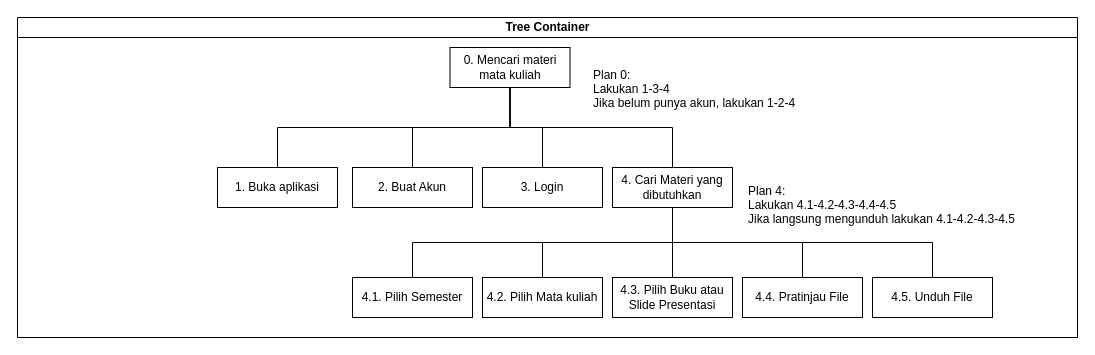
Earlier version of the draw.io diagram HCI_HTA.drawio (freyaldi/unsri-4-HCI). Source tidied: cells renumbered, new cells numbered last; positions are measured from the earlier drawing's top-left corner, leaving out a move shared by most shapes. Both pictures are drawn from the tidied source at 100%, with x=0, y=0 at pixel (17, 17).
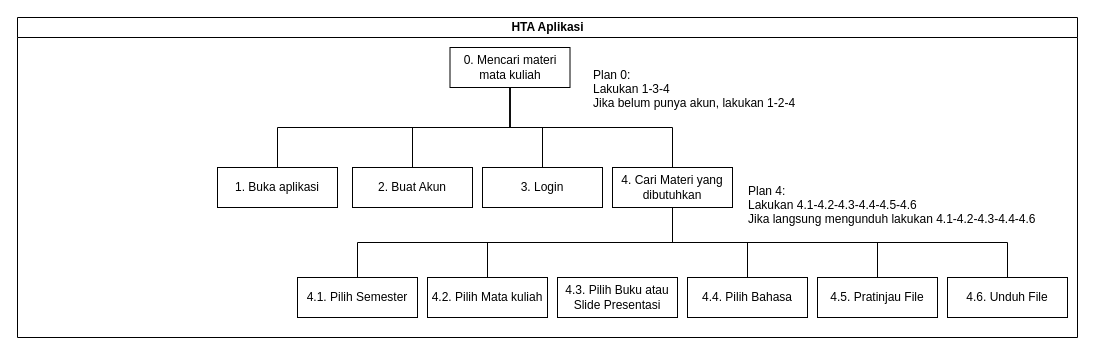
The same diagram, later.

The edit, as a diff of the source:
```diff
@@
-    <mxCell id="2" value="Tree Container" style="swimlane;html=1;startSize=20;horizontal=1;containerType=tree;" parent="1" vertex="1">
+    <mxCell id="2" value="HTA Aplikasi" style="swimlane;html=1;startSize=20;horizontal=1;containerType=tree;" parent="1" vertex="1">
       <mxGeometry width="1060" height="320" as="geometry" />
     </mxCell>
@@
     <mxCell id="14" value="4.1. Pilih Semester" style="whiteSpace=wrap;html=1;newEdgeStyle={&quot;edgeStyle&quot;:&quot;elbowEdgeStyle&quot;,&quot;startArrow&quot;:&quot;none&quot;,&quot;endArrow&quot;:&quot;none&quot;};" parent="2" vertex="1">
-      <mxGeometry x="335" y="260" width="120" height="40" as="geometry" />
+      <mxGeometry x="280" y="260" width="120" height="40" as="geometry" />
     </mxCell>
@@
     <mxCell id="16" value="4.2. Pilih Mata kuliah" style="whiteSpace=wrap;html=1;newEdgeStyle={&quot;edgeStyle&quot;:&quot;elbowEdgeStyle&quot;,&quot;startArrow&quot;:&quot;none&quot;,&quot;endArrow&quot;:&quot;none&quot;};" parent="2" vertex="1">
-      <mxGeometry x="465" y="260" width="120" height="40" as="geometry" />
+      <mxGeometry x="410" y="260" width="120" height="40" as="geometry" />
     </mxCell>
@@
-    <mxCell id="18" value="4.3. Pilih Buku atau Slide Presentasi" style="whiteSpace=wrap;html=1;newEdgeStyle={&quot;edgeStyle&quot;:&quot;elbowEdgeStyle&quot;,&quot;startArrow&quot;:&quot;none&quot;,&quot;endArrow&quot;:&quot;none&quot;};" parent="2" vertex="1">
-      <mxGeometry x="595" y="260" width="120" height="40" as="geometry" />
+    <mxCell id="18" value="4.4. Pilih Bahasa" style="whiteSpace=wrap;html=1;newEdgeStyle={&quot;edgeStyle&quot;:&quot;elbowEdgeStyle&quot;,&quot;startArrow&quot;:&quot;none&quot;,&quot;endArrow&quot;:&quot;none&quot;};" parent="2" vertex="1">
+      <mxGeometry x="670" y="260" width="120" height="40" as="geometry" />
     </mxCell>
@@
-    <mxCell id="20" value="4.4. Pratinjau File" style="whiteSpace=wrap;html=1;newEdgeStyle={&quot;edgeStyle&quot;:&quot;elbowEdgeStyle&quot;,&quot;startArrow&quot;:&quot;none&quot;,&quot;endArrow&quot;:&quot;none&quot;};" parent="2" vertex="1">
-      <mxGeometry x="725" y="260" width="120" height="40" as="geometry" />
+    <mxCell id="20" value="4.5. Pratinjau File" style="whiteSpace=wrap;html=1;newEdgeStyle={&quot;edgeStyle&quot;:&quot;elbowEdgeStyle&quot;,&quot;startArrow&quot;:&quot;none&quot;,&quot;endArrow&quot;:&quot;none&quot;};" parent="2" vertex="1">
+      <mxGeometry x="800" y="260" width="120" height="40" as="geometry" />
     </mxCell>
@@
-    <mxCell id="23" value="4.5. Unduh File" style="whiteSpace=wrap;html=1;newEdgeStyle={&quot;edgeStyle&quot;:&quot;elbowEdgeStyle&quot;,&quot;startArrow&quot;:&quot;none&quot;,&quot;endArrow&quot;:&quot;none&quot;};" parent="2" vertex="1">
-      <mxGeometry x="855" y="260" width="120" height="40" as="geometry" />
+    <mxCell id="23" value="4.6. Unduh File" style="whiteSpace=wrap;html=1;newEdgeStyle={&quot;edgeStyle&quot;:&quot;elbowEdgeStyle&quot;,&quot;startArrow&quot;:&quot;none&quot;,&quot;endArrow&quot;:&quot;none&quot;};" parent="2" vertex="1">
+      <mxGeometry x="930" y="260" width="120" height="40" as="geometry" />
     </mxCell>
@@
-    <mxCell id="25" value="Plan 4:&#10;Lakukan 4.1-4.2-4.3-4.4-4.5&#10;Jika langsung mengunduh lakukan 4.1-4.2-4.3-4.5" style="text;strokeColor=none;fillColor=none;align=left;verticalAlign=top;spacingLeft=4;spacingRight=4;overflow=hidden;" parent="2" vertex="1">
-      <mxGeometry x="725" y="160" width="285" height="60" as="geometry" />
+    <mxCell id="25" value="Plan 4:&#10;Lakukan 4.1-4.2-4.3-4.4-4.5-4.6&#10;Jika langsung mengunduh lakukan 4.1-4.2-4.3-4.4-4.6" style="text;strokeColor=none;fillColor=none;align=left;verticalAlign=top;spacingLeft=4;spacingRight=4;overflow=hidden;" parent="2" vertex="1">
+      <mxGeometry x="725" y="160" width="315" height="60" as="geometry" />
     </mxCell>
+    <mxCell id="26" value="4.3. Pilih Buku atau Slide Presentasi" style="whiteSpace=wrap;html=1;newEdgeStyle={&quot;edgeStyle&quot;:&quot;elbowEdgeStyle&quot;,&quot;startArrow&quot;:&quot;none&quot;,&quot;endArrow&quot;:&quot;none&quot;};" parent="2" vertex="1">
+      <mxGeometry x="540" y="260" width="120" height="40" as="geometry" />
+    </mxCell>
```
